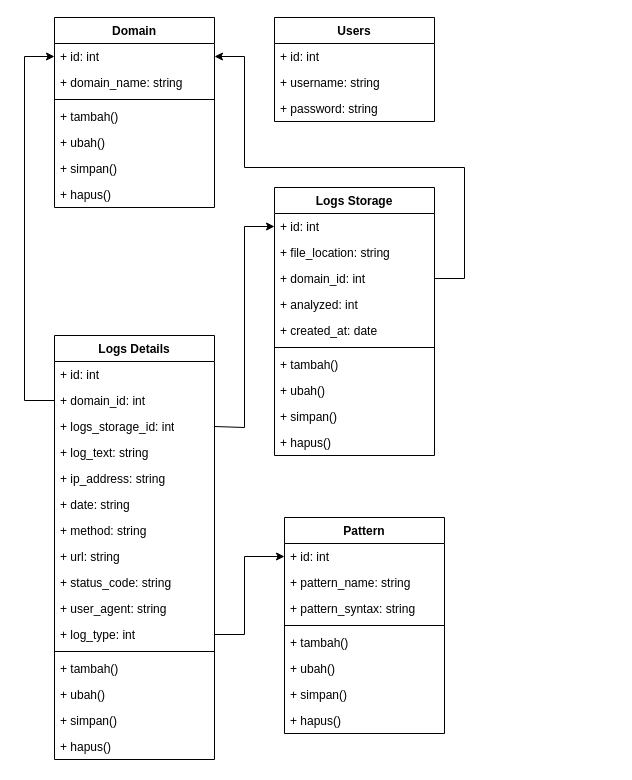
Earlier version of the draw.io diagram page "Class Diagram" (8 of 8) of Cara Kerja Aplikasi TA.drawio (zelsaddr/All-Diagrams). Source tidied: cells renumbered, new cells numbered last; positions are measured from the earlier drawing's top-left corner, leaving out a move shared by most shapes. Both pictures are drawn from the tidied source at 100%, with x=0, y=0 at pixel (24, 17).
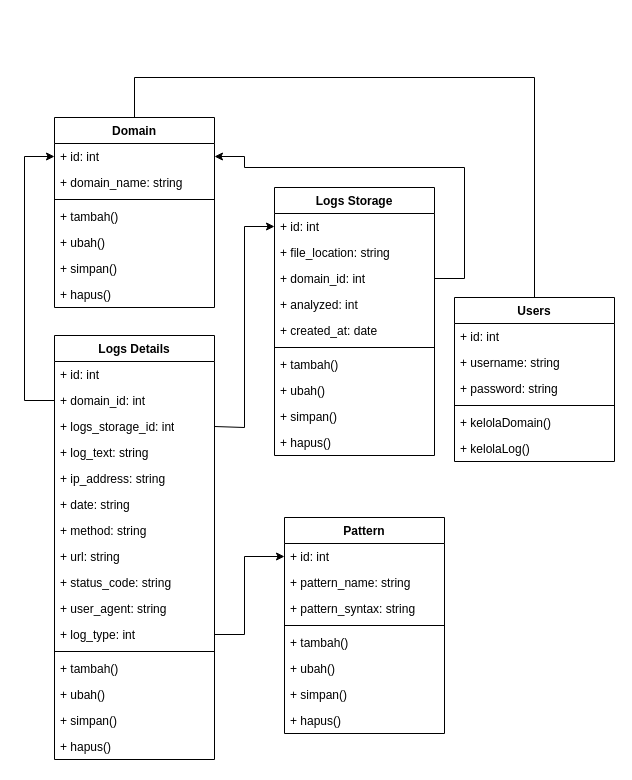
Above is the later version.

The change refers to these unchanged cells:
```xml
<mxCell id="16" value="+ id: int" style="text;strokeColor=none;fillColor=none;align=left;verticalAlign=top;spacingLeft=4;spacingRight=4;overflow=hidden;points=[[0,0.5],[1,0.5]];portConstraint=eastwest;whiteSpace=wrap;html=1;" parent="15" vertex="1">
  <mxGeometry y="26" width="160" height="26" as="geometry" />
</mxCell>
<mxCell id="26" value="+ domain_id: int" style="text;strokeColor=none;fillColor=none;align=left;verticalAlign=top;spacingLeft=4;spacingRight=4;overflow=hidden;points=[[0,0.5],[1,0.5]];portConstraint=eastwest;whiteSpace=wrap;html=1;" parent="23" vertex="1">
  <mxGeometry y="78" width="160" height="26" as="geometry" />
</mxCell>
<mxCell id="37" value="+ domain_id: int" style="text;strokeColor=none;fillColor=none;align=left;verticalAlign=top;spacingLeft=4;spacingRight=4;overflow=hidden;points=[[0,0.5],[1,0.5]];portConstraint=eastwest;whiteSpace=wrap;html=1;" parent="35" vertex="1">
  <mxGeometry y="52" width="160" height="26" as="geometry" />
</mxCell>
```

Diff of the diagram source:
```diff
@@
     <mxCell id="11" value="Users" style="swimlane;fontStyle=1;align=center;verticalAlign=top;horizontal=1;startSize=26;whiteSpace=wrap;html=1;" parent="1" vertex="1">
-      <mxGeometry x="250" width="160" height="104" as="geometry" />
+      <mxGeometry x="430" y="280" width="160" height="164" as="geometry" />
     </mxCell>
@@
+    <mxCell id="55" style="line;strokeWidth=1;fillColor=none;align=left;verticalAlign=middle;spacingTop=-1;spacingLeft=3;spacingRight=3;labelPosition=right;strokeColor=inherit;" parent="11" vertex="1">
+      <mxGeometry y="104" width="160" height="8" as="geometry" />
+    </mxCell>
+    <mxCell id="56" value="+ kelolaDomain()" style="text;strokeColor=none;fillColor=none;align=left;verticalAlign=top;spacingLeft=4;spacingRight=4;overflow=hidden;whiteSpace=wrap;html=1;" parent="11" vertex="1">
+      <mxGeometry y="112" width="160" height="26" as="geometry" />
+    </mxCell>
+    <mxCell id="57" value="+ kelolaLog()" style="text;strokeColor=none;fillColor=none;align=left;verticalAlign=top;spacingLeft=4;spacingRight=4;overflow=hidden;whiteSpace=wrap;html=1;" parent="11" vertex="1">
+      <mxGeometry y="138" width="160" height="26" as="geometry" />
+    </mxCell>
     <mxCell id="15" value="Domain" style="swimlane;fontStyle=1;align=center;verticalAlign=top;horizontal=1;startSize=26;whiteSpace=wrap;html=1;" parent="1" vertex="1">
-      <mxGeometry x="30" width="160" height="190" as="geometry" />
+      <mxGeometry x="30" y="100" width="160" height="190" as="geometry" />
     </mxCell>
@@
     <mxCell id="34" style="endArrow=classic;html=1;rounded=0;exitX=1;exitY=0.5;exitDx=0;exitDy=0;entryX=1;entryY=0.5;entryDx=0;entryDy=0;" parent="1" edge="1" source="26" target="16">
       <mxGeometry relative="1" as="geometry">
         <Array as="points">
           <mxPoint x="440" y="261" />
           <mxPoint x="440" y="150" />
           <mxPoint x="220" y="150" />
-          <mxPoint x="220" y="39" />
+          <mxPoint x="220" y="139" />
         </Array>
       </mxGeometry>
     </mxCell>
@@
     <mxCell id="52" style="endArrow=classic;html=1;rounded=0;exitX=0;exitY=0.5;exitDx=0;exitDy=0;entryX=0;entryY=0.5;entryDx=0;entryDy=0;" parent="1" edge="1" source="37" target="16">
       <mxGeometry relative="1" as="geometry">
         <Array as="points">
           <mxPoint y="383" />
-          <mxPoint y="39" />
+          <mxPoint y="139" />
         </Array>
       </mxGeometry>
     </mxCell>
@@
+    <mxCell id="58" style="endArrow=none;html=1;rounded=0;exitX=0.5;exitY=0;exitDx=0;exitDy=0;entryX=0.5;entryY=0;entryDx=0;entryDy=0;" parent="1" edge="1" source="15" target="11">
+      <mxGeometry relative="1" as="geometry">
+        <Array as="points">
+          <mxPoint x="110" y="60" />
+          <mxPoint x="510" y="60" />
+        </Array>
+      </mxGeometry>
+    </mxCell>
```
